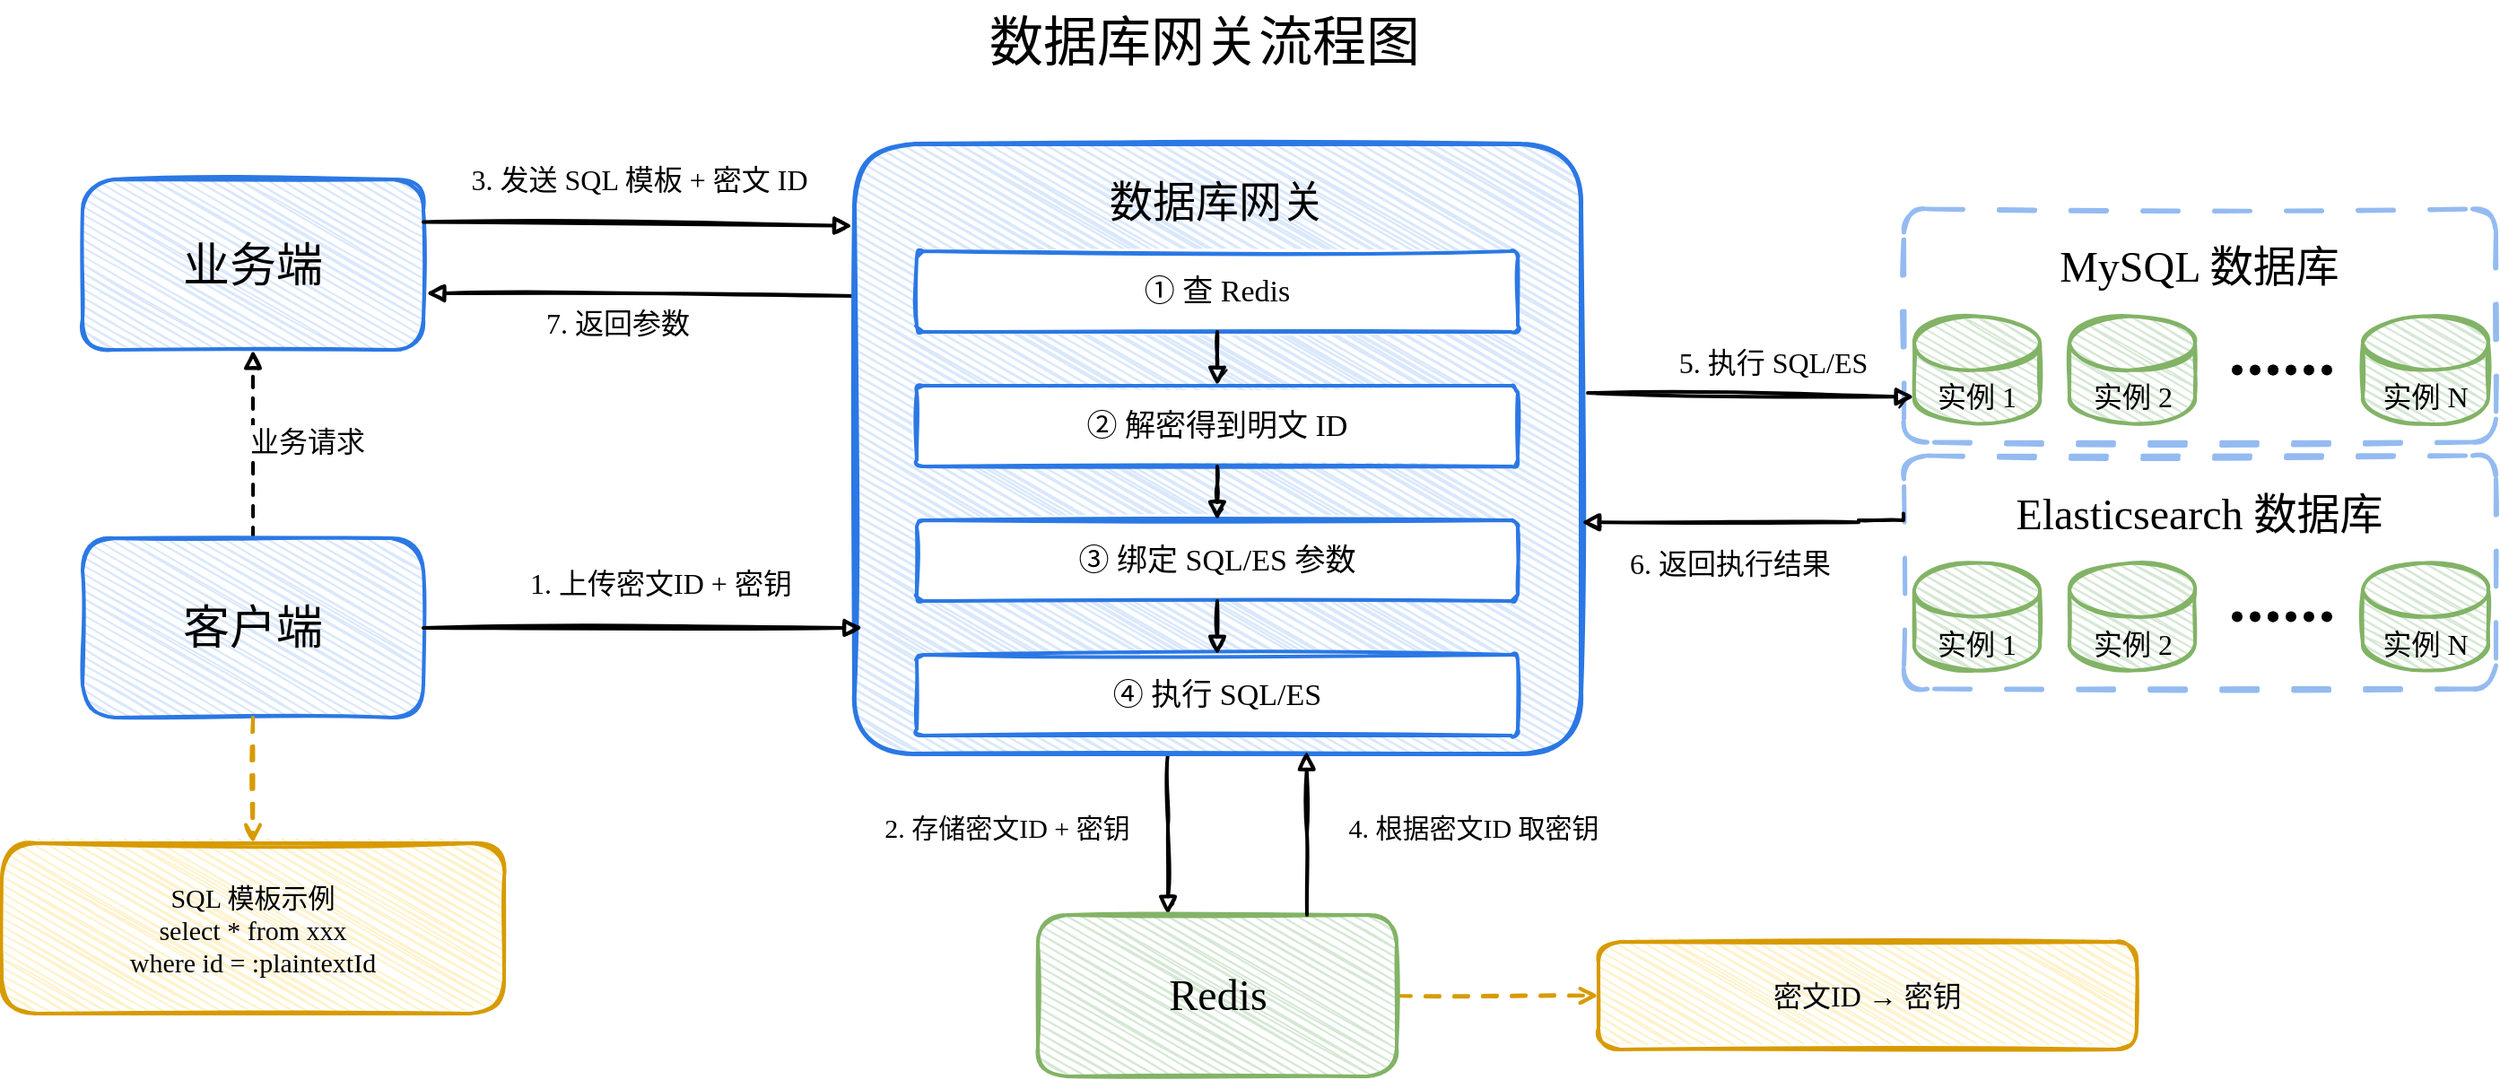
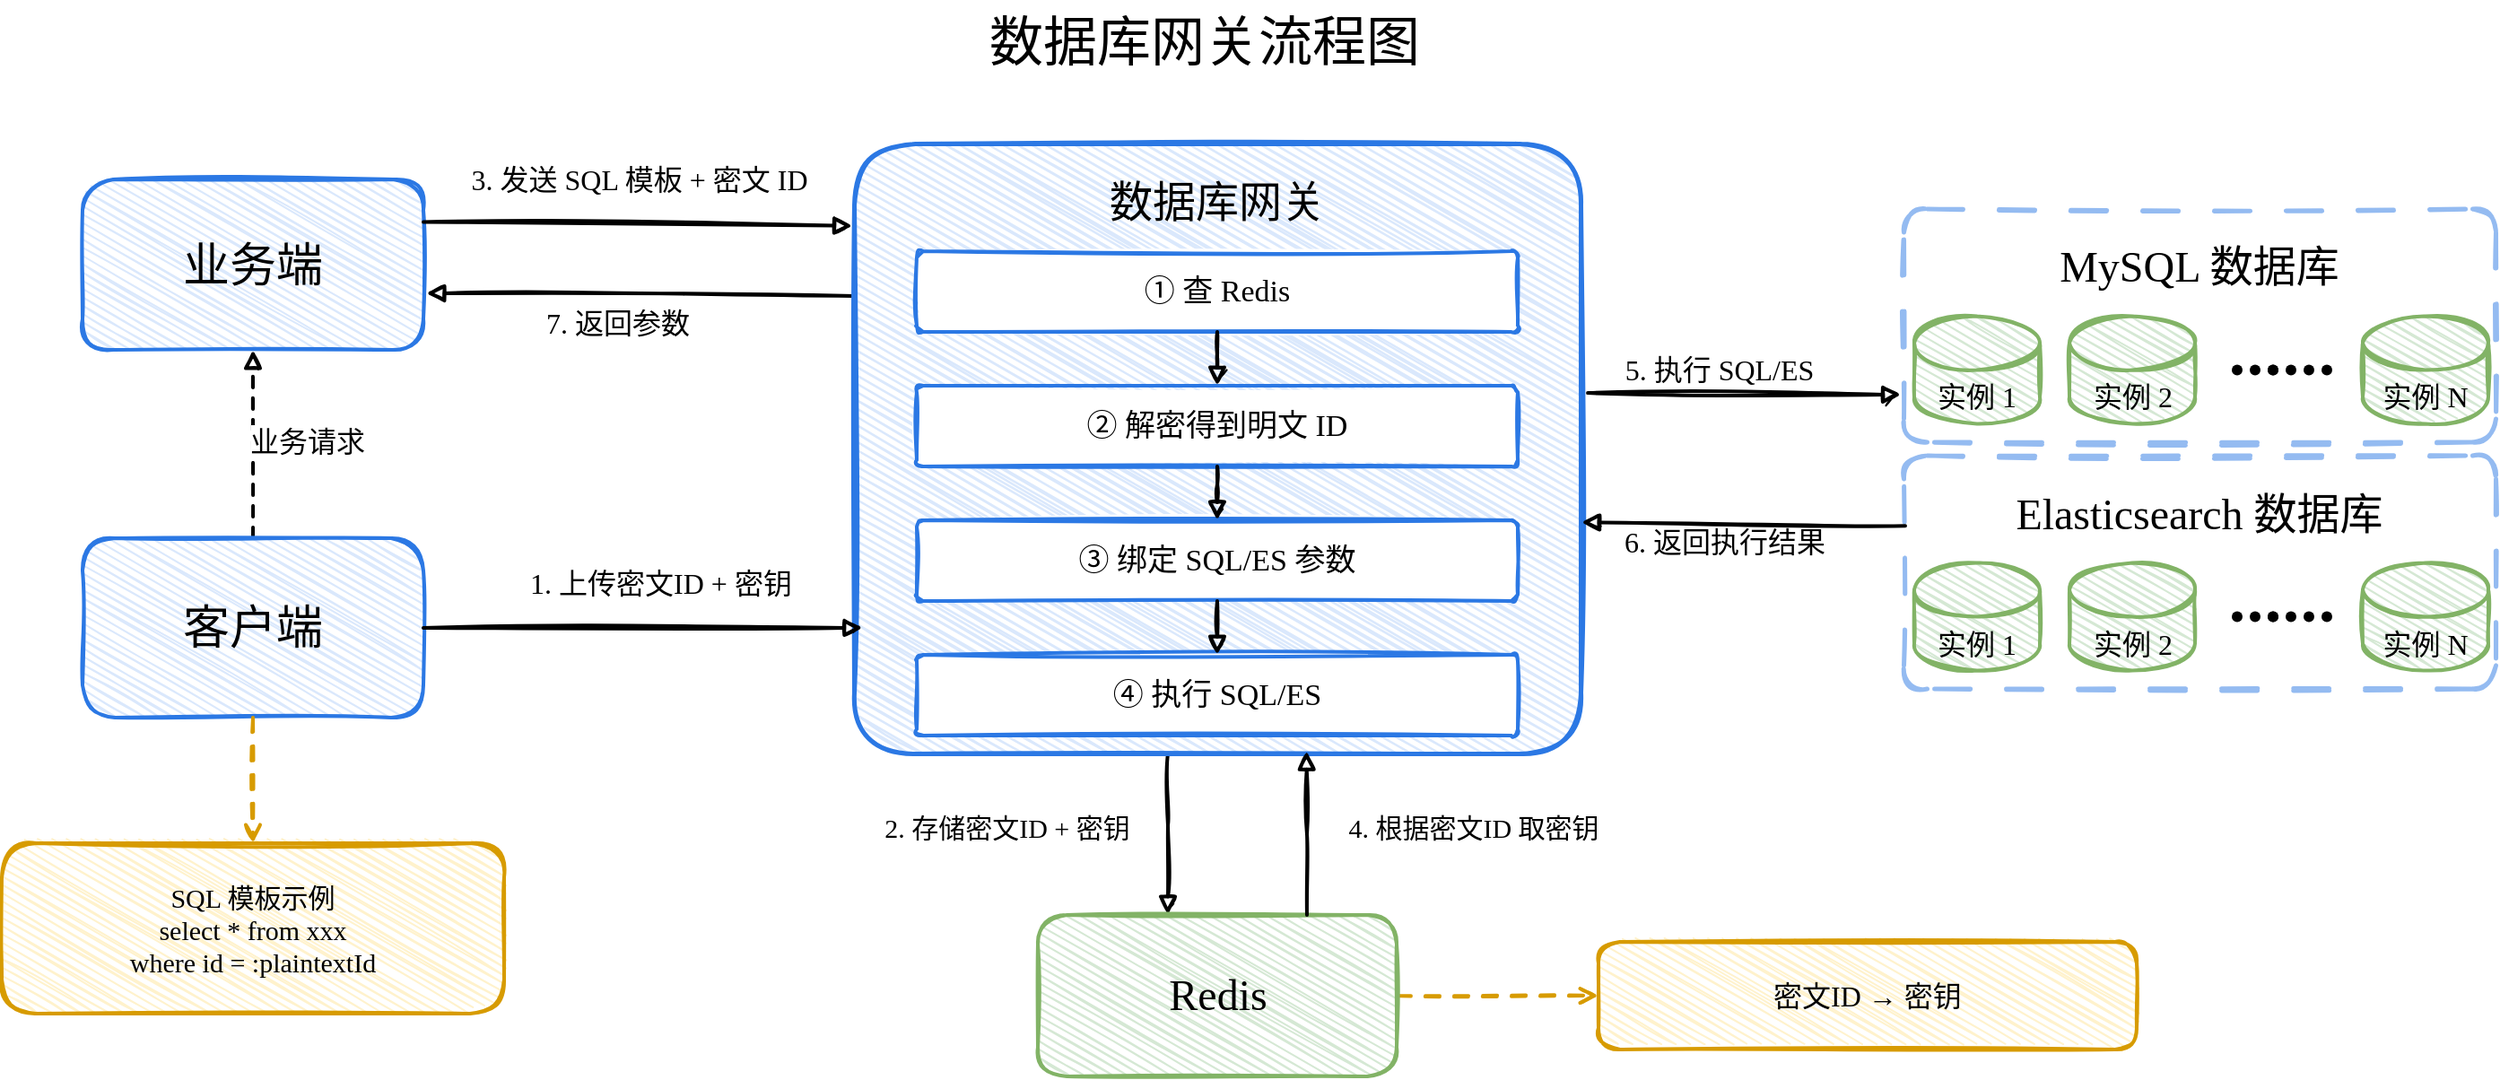
<mxfile host="app.diagrams.net">
  <diagram name="第 1 页" id="s7OTGI_WMHetZ46oxHzV">
-     <mxGraphModel dx="1380" dy="995" grid="1" gridSize="10" guides="1" tooltips="1" connect="1" arrows="1" fold="1" page="1" pageScale="1" pageWidth="827" pageHeight="1169" math="0" shadow="0">
+     <mxGraphModel dx="1993" dy="1438" grid="1" gridSize="10" guides="1" tooltips="1" connect="1" arrows="1" fold="1" page="1" pageScale="1" pageWidth="827" pageHeight="1169" math="0" shadow="0">
      <root>
        <mxCell id="0" />
        <mxCell id="1" parent="0" />
        <mxCell id="vE7s3SZ7r_2w2PPExWCB-43" parent="1" style="rounded=1;whiteSpace=wrap;html=1;sketch=1;hachureGap=4;hachureAngle=60;strokeColor=#2B78E4;strokeWidth=2.5;align=center;verticalAlign=top;spacingTop=12;arcSize=10;fontFamily=Comic Sans MS;fontSize=24;fillColor=#FFFFFF;dashed=1;dashPattern=8 8;opacity=50;" value="MySQL 数据库" vertex="1">
          <mxGeometry height="130" width="330" x="1520" y="656.25" as="geometry" />
        </mxCell>
        <mxCell id="vE7s3SZ7r_2w2PPExWCB-3" parent="1" style="text;html=1;strokeColor=none;fillColor=none;align=center;verticalAlign=middle;fontSize=30;fontFamily=Comic Sans MS;" value="数据库网关流程图" vertex="1">
          <mxGeometry height="45" width="400" x="930" y="540" as="geometry" />
        </mxCell>
        <mxCell id="vE7s3SZ7r_2w2PPExWCB-8" parent="1" style="rounded=1;whiteSpace=wrap;html=1;fillColor=#dae8fc;strokeColor=#2b78e4;strokeWidth=2;arcSize=18;fontSize=26;fontFamily=Comic Sans MS;sketch=1;hachureGap=4;hachureAngle=60;" value="业务端" vertex="1">
          <mxGeometry height="95" width="190" x="505" y="640" as="geometry" />
        </mxCell>
        <mxCell id="vE7s3SZ7r_2w2PPExWCB-31" edge="1" parent="1" source="vE7s3SZ7r_2w2PPExWCB-9" style="edgeStyle=orthogonalEdgeStyle;rounded=0;orthogonalLoop=1;jettySize=auto;html=1;exitX=0.5;exitY=0;exitDx=0;exitDy=0;entryX=0.5;entryY=1;entryDx=0;entryDy=0;sketch=1;strokeColor=#000000;strokeWidth=2;align=center;verticalAlign=middle;fontFamily=Comic Sans MS;fontSize=19;fontColor=default;labelBackgroundColor=none;endArrow=block;endFill=1;dashed=1;" target="vE7s3SZ7r_2w2PPExWCB-8">
          <mxGeometry relative="1" as="geometry" />
        </mxCell>
        <mxCell id="vE7s3SZ7r_2w2PPExWCB-32" connectable="0" parent="vE7s3SZ7r_2w2PPExWCB-31" style="edgeLabel;html=1;align=center;verticalAlign=middle;resizable=0;points=[];" value="&lt;font style=&quot;font-size: 16px;&quot; face=&quot;Comic Sans MS&quot;&gt;业务请求&lt;/font&gt;" vertex="1">
          <mxGeometry relative="1" x="0.0032" y="1" as="geometry">
            <mxPoint x="31" y="-2" as="offset" />
          </mxGeometry>
        </mxCell>
        <mxCell id="vE7s3SZ7r_2w2PPExWCB-9" parent="1" style="rounded=1;whiteSpace=wrap;html=1;fillColor=#dae8fc;strokeColor=#2b78e4;strokeWidth=2;arcSize=18;fontSize=26;fontFamily=Comic Sans MS;sketch=1;hachureGap=4;hachureAngle=60;" value="客户端" vertex="1">
          <mxGeometry height="100" width="190" x="505" y="840" as="geometry" />
        </mxCell>
        <mxCell id="vE7s3SZ7r_2w2PPExWCB-40" edge="1" parent="1" source="vE7s3SZ7r_2w2PPExWCB-12" style="rounded=0;orthogonalLoop=1;jettySize=auto;html=1;exitX=0;exitY=0.25;exitDx=0;exitDy=0;entryX=1.008;entryY=0.668;entryDx=0;entryDy=0;entryPerimeter=0;sketch=1;strokeColor=#000000;strokeWidth=2;align=center;verticalAlign=middle;fontFamily=Comic Sans MS;fontSize=16;fontColor=default;labelBackgroundColor=none;endArrow=block;endFill=1;" target="vE7s3SZ7r_2w2PPExWCB-8">
          <mxGeometry relative="1" as="geometry" />
        </mxCell>
        <mxCell id="vE7s3SZ7r_2w2PPExWCB-41" connectable="0" parent="vE7s3SZ7r_2w2PPExWCB-40" style="edgeLabel;html=1;align=center;verticalAlign=middle;resizable=0;points=[];fontSize=16;fontFamily=Comic Sans MS;labelBackgroundColor=none;" value="7. 返回参数" vertex="1">
          <mxGeometry relative="1" x="0.1105" y="1" as="geometry">
            <mxPoint y="15" as="offset" />
          </mxGeometry>
        </mxCell>
-         <mxCell id="vE7s3SZ7r_2w2PPExWCB-82" edge="1" parent="1" source="vE7s3SZ7r_2w2PPExWCB-12" style="rounded=1;orthogonalLoop=1;jettySize=auto;html=1;entryX=0;entryY=1;entryDx=0;entryDy=-15;exitX=1.01;exitY=0.409;exitDx=0;exitDy=0;exitPerimeter=0;sketch=1;strokeColor=#000000;strokeWidth=2;align=center;verticalAlign=middle;fontFamily=Comic Sans MS;fontSize=16;fontColor=default;labelBackgroundColor=none;endArrow=block;endFill=1;entryPerimeter=0;" target="vE7s3SZ7r_2w2PPExWCB-42">
-           <mxGeometry relative="1" as="geometry" />
+         <mxCell id="vE7s3SZ7r_2w2PPExWCB-82" edge="1" parent="1" source="vE7s3SZ7r_2w2PPExWCB-12" style="rounded=1;orthogonalLoop=1;jettySize=auto;html=1;exitX=1.01;exitY=0.409;exitDx=0;exitDy=0;exitPerimeter=0;sketch=1;strokeColor=#000000;strokeWidth=2;align=center;verticalAlign=middle;fontFamily=Comic Sans MS;fontSize=16;fontColor=default;labelBackgroundColor=none;endArrow=block;endFill=1;entryX=-0.004;entryY=0.798;entryDx=0;entryDy=0;entryPerimeter=0;" target="vE7s3SZ7r_2w2PPExWCB-43">
+           <mxGeometry relative="1" as="geometry">
+             <mxPoint x="1526" y="761" as="targetPoint" />
+           </mxGeometry>
        </mxCell>
        <mxCell id="vE7s3SZ7r_2w2PPExWCB-83" connectable="0" parent="vE7s3SZ7r_2w2PPExWCB-82" style="edgeLabel;html=1;align=center;verticalAlign=middle;resizable=0;points=[];labelBackgroundColor=none;" value="&lt;font style=&quot;font-size: 16px;&quot; face=&quot;Comic Sans MS&quot;&gt;5. 执行 SQL/ES&lt;/font&gt;" vertex="1">
          <mxGeometry relative="1" x="-0.1423" y="1" as="geometry">
-             <mxPoint x="25" y="-17" as="offset" />
+             <mxPoint x="-2" y="-13" as="offset" />
          </mxGeometry>
        </mxCell>
        <mxCell id="vE7s3SZ7r_2w2PPExWCB-86" edge="1" parent="1" source="vE7s3SZ7r_2w2PPExWCB-12" style="edgeStyle=orthogonalEdgeStyle;rounded=0;orthogonalLoop=1;jettySize=auto;html=1;sketch=1;strokeColor=#000000;strokeWidth=2;align=center;verticalAlign=middle;fontFamily=Comic Sans MS;fontSize=15;fontColor=default;labelBackgroundColor=none;endArrow=block;endFill=1;" target="vE7s3SZ7r_2w2PPExWCB-84" value="">
          <mxGeometry relative="1" as="geometry">
            <Array as="points">
              <mxPoint x="1110" y="1000" />
              <mxPoint x="1110" y="1000" />
            </Array>
          </mxGeometry>
        </mxCell>
        <mxCell id="vE7s3SZ7r_2w2PPExWCB-87" connectable="0" parent="vE7s3SZ7r_2w2PPExWCB-86" style="edgeLabel;html=1;align=center;verticalAlign=middle;resizable=0;points=[];labelBackgroundColor=none;" value="&lt;span style=&quot;font-family: &amp;quot;Comic Sans MS&amp;quot;; font-size: 15px;&quot;&gt;2. 存储密文ID + 密钥&lt;/span&gt;" vertex="1">
          <mxGeometry relative="1" x="-0.2148" y="-2" as="geometry">
            <mxPoint x="-88" y="5" as="offset" />
          </mxGeometry>
        </mxCell>
        <mxCell id="vE7s3SZ7r_2w2PPExWCB-12" parent="1" style="rounded=1;whiteSpace=wrap;html=1;fillColor=#dae8fc;strokeColor=#2b78e4;strokeWidth=2.5;arcSize=10;fontSize=24;fontFamily=Comic Sans MS;sketch=1;hachureGap=4;hachureAngle=60;verticalAlign=top;spacingTop=12;" value="数据库网关" vertex="1">
          <mxGeometry height="340" width="405" x="935" y="620" as="geometry" />
        </mxCell>
        <mxCell id="vE7s3SZ7r_2w2PPExWCB-13" parent="1" style="rounded=1;whiteSpace=wrap;html=1;fillColor=#ffffff;strokeColor=#2b78e4;strokeWidth=2;arcSize=8;fontSize=17;fontFamily=Comic Sans MS;sketch=1;" value="① 查 Redis" vertex="1">
          <mxGeometry height="45" width="335" x="970" y="680" as="geometry" />
        </mxCell>
        <mxCell id="vE7s3SZ7r_2w2PPExWCB-14" parent="1" style="rounded=1;whiteSpace=wrap;html=1;fillColor=#ffffff;strokeColor=#2b78e4;strokeWidth=2;arcSize=8;fontSize=17;fontFamily=Comic Sans MS;sketch=1;" value="② 解密得到明文 ID" vertex="1">
          <mxGeometry height="45" width="335" x="970" y="755" as="geometry" />
        </mxCell>
        <mxCell id="vE7s3SZ7r_2w2PPExWCB-15" parent="1" style="rounded=1;whiteSpace=wrap;html=1;fillColor=#ffffff;strokeColor=#2b78e4;strokeWidth=2;arcSize=8;fontSize=17;fontFamily=Comic Sans MS;sketch=1;" value="③ 绑定 SQL/ES 参数" vertex="1">
          <mxGeometry height="45" width="335" x="970" y="830" as="geometry" />
        </mxCell>
        <mxCell id="vE7s3SZ7r_2w2PPExWCB-16" parent="1" style="rounded=1;whiteSpace=wrap;html=1;fillColor=#ffffff;strokeColor=#2b78e4;strokeWidth=2;arcSize=8;fontSize=17;fontFamily=Comic Sans MS;sketch=1;" value="④ 执行 SQL/ES" vertex="1">
          <mxGeometry height="45" width="335" x="970" y="905" as="geometry" />
        </mxCell>
        <mxCell id="vE7s3SZ7r_2w2PPExWCB-17" parent="1" style="rounded=1;whiteSpace=wrap;html=1;fillColor=#fff2cc;strokeColor=#d79b00;strokeWidth=2;arcSize=20;fontSize=16;fontFamily=Comic Sans MS;sketch=1;hachureGap=4;hachureAngle=60;" value="密文ID → 密钥" vertex="1">
          <mxGeometry height="60" width="300" x="1350" y="1065" as="geometry" />
        </mxCell>
        <mxCell id="vE7s3SZ7r_2w2PPExWCB-18" parent="1" style="rounded=1;whiteSpace=wrap;html=1;fillColor=#fff2cc;strokeColor=#d79b00;strokeWidth=2;arcSize=20;fontSize=15;fontFamily=Comic Sans MS;sketch=1;hachureGap=4;hachureAngle=60;" value="SQL 模板示例&lt;br&gt;select * from xxx&lt;br&gt;where id = :plaintextId" vertex="1">
          <mxGeometry height="95" width="280" x="460" y="1010" as="geometry" />
        </mxCell>
        <mxCell id="vE7s3SZ7r_2w2PPExWCB-19" edge="1" parent="1" source="vE7s3SZ7r_2w2PPExWCB-8" style="rounded=0;orthogonalLoop=1;jettySize=auto;html=1;endArrow=block;endFill=1;strokeColor=#000000;strokeWidth=2;fontSize=16;fontFamily=Comic Sans MS;sketch=1;labelBackgroundColor=none;exitX=1;exitY=0.25;exitDx=0;exitDy=0;entryX=-0.002;entryY=0.135;entryDx=0;entryDy=0;entryPerimeter=0;" target="vE7s3SZ7r_2w2PPExWCB-12" value="3. 发送 SQL 模板 + 密文 ID">
          <mxGeometry relative="1" x="0.0014" y="25" as="geometry">
            <mxPoint as="offset" />
          </mxGeometry>
        </mxCell>
        <mxCell id="vE7s3SZ7r_2w2PPExWCB-21" edge="1" parent="1" source="vE7s3SZ7r_2w2PPExWCB-9" style="rounded=0;orthogonalLoop=1;jettySize=auto;html=1;endArrow=block;endFill=1;strokeColor=#000000;strokeWidth=2;fontSize=16;fontFamily=Comic Sans MS;sketch=1;labelBackgroundColor=none;entryX=0.012;entryY=0.794;entryDx=0;entryDy=0;entryPerimeter=0;" target="vE7s3SZ7r_2w2PPExWCB-12" value="1. 上传密文ID + 密钥">
          <mxGeometry relative="1" x="0.0833" y="25" as="geometry">
            <mxPoint as="offset" />
          </mxGeometry>
        </mxCell>
        <mxCell id="vE7s3SZ7r_2w2PPExWCB-26" edge="1" parent="1" source="vE7s3SZ7r_2w2PPExWCB-13" style="edgeStyle=orthogonalEdgeStyle;rounded=0;orthogonalLoop=1;jettySize=auto;html=1;endArrow=block;endFill=1;strokeColor=#000000;strokeWidth=2;fontSize=1;fontFamily=Comic Sans MS;sketch=1;" target="vE7s3SZ7r_2w2PPExWCB-14" value="">
          <mxGeometry relative="1" as="geometry" />
        </mxCell>
        <mxCell id="vE7s3SZ7r_2w2PPExWCB-27" edge="1" parent="1" source="vE7s3SZ7r_2w2PPExWCB-14" style="edgeStyle=orthogonalEdgeStyle;rounded=0;orthogonalLoop=1;jettySize=auto;html=1;endArrow=block;endFill=1;strokeColor=#000000;strokeWidth=2;fontSize=1;fontFamily=Comic Sans MS;sketch=1;" target="vE7s3SZ7r_2w2PPExWCB-15" value="">
          <mxGeometry relative="1" as="geometry" />
        </mxCell>
        <mxCell id="vE7s3SZ7r_2w2PPExWCB-28" edge="1" parent="1" source="vE7s3SZ7r_2w2PPExWCB-15" style="edgeStyle=orthogonalEdgeStyle;rounded=0;orthogonalLoop=1;jettySize=auto;html=1;endArrow=block;endFill=1;strokeColor=#000000;strokeWidth=2;fontSize=1;fontFamily=Comic Sans MS;sketch=1;" target="vE7s3SZ7r_2w2PPExWCB-16" value="">
          <mxGeometry relative="1" as="geometry" />
        </mxCell>
        <mxCell id="vE7s3SZ7r_2w2PPExWCB-29" edge="1" parent="1" source="vE7s3SZ7r_2w2PPExWCB-84" style="edgeStyle=orthogonalEdgeStyle;rounded=0;orthogonalLoop=1;jettySize=auto;html=1;endArrow=open;endFill=1;strokeColor=#d79b00;strokeWidth=2;fontSize=16;fontFamily=Comic Sans MS;sketch=1;dashed=1;dashPattern=4 4;exitX=1;exitY=0.5;exitDx=0;exitDy=0;" target="vE7s3SZ7r_2w2PPExWCB-17" value="">
          <mxGeometry relative="1" as="geometry" />
        </mxCell>
        <mxCell id="vE7s3SZ7r_2w2PPExWCB-30" edge="1" parent="1" source="vE7s3SZ7r_2w2PPExWCB-9" style="edgeStyle=orthogonalEdgeStyle;rounded=0;orthogonalLoop=1;jettySize=auto;html=1;endArrow=open;endFill=1;strokeColor=#d79b00;strokeWidth=2;fontSize=16;fontFamily=Comic Sans MS;sketch=1;dashed=1;dashPattern=4 4;" target="vE7s3SZ7r_2w2PPExWCB-18" value="">
          <mxGeometry relative="1" as="geometry" />
        </mxCell>
        <mxCell id="vE7s3SZ7r_2w2PPExWCB-42" parent="1" style="shape=cylinder3;whiteSpace=wrap;html=1;boundedLbl=1;backgroundOutline=1;size=15;rounded=1;sketch=1;hachureGap=4;hachureAngle=60;strokeColor=#82b366;strokeWidth=2;align=center;verticalAlign=middle;arcSize=18;fontFamily=Comic Sans MS;fontSize=24;fillColor=#d5e8d4;" value="&lt;font style=&quot;font-size: 16px;&quot;&gt;实例 1&lt;/font&gt;" vertex="1">
          <mxGeometry height="60" width="70" x="1526" y="716.25" as="geometry" />
        </mxCell>
        <mxCell id="vE7s3SZ7r_2w2PPExWCB-45" parent="1" style="shape=cylinder3;whiteSpace=wrap;html=1;boundedLbl=1;backgroundOutline=1;size=15;rounded=1;sketch=1;hachureGap=4;hachureAngle=60;strokeColor=#82b366;strokeWidth=2;align=center;verticalAlign=middle;arcSize=18;fontFamily=Comic Sans MS;fontSize=24;fillColor=#d5e8d4;" value="&lt;font style=&quot;font-size: 16px;&quot;&gt;实例 2&lt;/font&gt;&lt;span style=&quot;color: rgba(0, 0, 0, 0); font-family: monospace; font-size: 0px; text-align: start; white-space: nowrap;&quot;&gt;%3CmxGraphModel%3E%3Croot%3E%3CmxCell%20id%3D%220%22%2F%3E%3CmxCell%20id%3D%221%22%20parent%3D%220%22%2F%3E%3CmxCell%20id%3D%222%22%20parent%3D%221%22%20style%3D%22shape%3Dcylinder3%3BwhiteSpace%3Dwrap%3Bhtml%3D1%3BboundedLbl%3D1%3BbackgroundOutline%3D1%3Bsize%3D15%3Brounded%3D1%3Bsketch%3D1%3BhachureGap%3D4%3BhachureAngle%3D60%3BstrokeColor%3D%232b78e4%3BstrokeWidth%3D2%3Balign%3Dcenter%3BverticalAlign%3Dmiddle%3BarcSize%3D18%3BfontFamily%3DComic%20Sans%20MS%3BfontSize%3D24%3BfontColor%3Ddefault%3BfillColor%3D%23dae8fc%3B%22%20value%3D%22%26lt%3Bfont%20style%3D%26quot%3Bfont-size%3A%2016px%3B%26quot%3B%26gt%3B%E5%AE%9E%E4%BE%8B%201%26lt%3B%2Ffont%26gt%3B%22%20vertex%3D%221%22%3E%3CmxGeometry%20height%3D%2260%22%20width%3D%2270%22%20x%3D%221660%22%20y%3D%221060%22%20as%3D%22geometry%22%2F%3E%3C%2FmxCell%3E%3C%2Froot%3E%3C%2FmxGraphModel%3E&lt;/span&gt;" vertex="1">
          <mxGeometry height="60" width="70" x="1612.5" y="716.25" as="geometry" />
        </mxCell>
        <mxCell id="vE7s3SZ7r_2w2PPExWCB-46" parent="1" style="shape=cylinder3;whiteSpace=wrap;html=1;boundedLbl=1;backgroundOutline=1;size=15;rounded=1;sketch=1;hachureGap=4;hachureAngle=60;strokeColor=#82b366;strokeWidth=2;align=center;verticalAlign=middle;arcSize=18;fontFamily=Comic Sans MS;fontSize=24;fillColor=#d5e8d4;" value="&lt;font style=&quot;font-size: 16px;&quot;&gt;实例 N&lt;/font&gt;" vertex="1">
          <mxGeometry height="60" width="70" x="1776" y="716.25" as="geometry" />
        </mxCell>
        <mxCell id="vE7s3SZ7r_2w2PPExWCB-47" parent="1" style="shape=waypoint;sketch=0;fillStyle=solid;size=6;pointerEvents=1;points=[];fillColor=none;resizable=0;rotatable=0;perimeter=centerPerimeter;snapToPoint=1;" value="" vertex="1">
          <mxGeometry height="20" width="20" x="1696" y="736.25" as="geometry" />
        </mxCell>
        <mxCell id="vE7s3SZ7r_2w2PPExWCB-48" parent="1" style="shape=waypoint;sketch=0;fillStyle=solid;size=6;pointerEvents=1;points=[];fillColor=none;resizable=0;rotatable=0;perimeter=centerPerimeter;snapToPoint=1;" value="" vertex="1">
          <mxGeometry height="20" width="20" x="1706" y="736.25" as="geometry" />
        </mxCell>
        <mxCell id="vE7s3SZ7r_2w2PPExWCB-49" parent="1" style="shape=waypoint;sketch=0;fillStyle=solid;size=6;pointerEvents=1;points=[];fillColor=none;resizable=0;rotatable=0;perimeter=centerPerimeter;snapToPoint=1;" value="" vertex="1">
          <mxGeometry height="20" width="20" x="1716" y="736.25" as="geometry" />
        </mxCell>
        <mxCell id="vE7s3SZ7r_2w2PPExWCB-54" parent="1" style="shape=waypoint;sketch=0;fillStyle=solid;size=6;pointerEvents=1;points=[];fillColor=none;resizable=0;rotatable=0;perimeter=centerPerimeter;snapToPoint=1;" value="" vertex="1">
          <mxGeometry height="20" width="20" x="1716" y="736.25" as="geometry" />
        </mxCell>
        <mxCell id="vE7s3SZ7r_2w2PPExWCB-55" parent="1" style="shape=waypoint;sketch=0;fillStyle=solid;size=6;pointerEvents=1;points=[];fillColor=none;resizable=0;rotatable=0;perimeter=centerPerimeter;snapToPoint=1;" value="" vertex="1">
          <mxGeometry height="20" width="20" x="1726" y="736.25" as="geometry" />
        </mxCell>
        <mxCell id="vE7s3SZ7r_2w2PPExWCB-56" parent="1" style="shape=waypoint;sketch=0;fillStyle=solid;size=6;pointerEvents=1;points=[];fillColor=none;resizable=0;rotatable=0;perimeter=centerPerimeter;snapToPoint=1;" value="" vertex="1">
          <mxGeometry height="20" width="20" x="1736" y="736.25" as="geometry" />
        </mxCell>
        <mxCell id="vE7s3SZ7r_2w2PPExWCB-57" parent="1" style="shape=waypoint;sketch=0;fillStyle=solid;size=6;pointerEvents=1;points=[];fillColor=none;resizable=0;rotatable=0;perimeter=centerPerimeter;snapToPoint=1;" value="" vertex="1">
          <mxGeometry height="20" width="20" x="1746" y="736.25" as="geometry" />
        </mxCell>
        <mxCell id="vE7s3SZ7r_2w2PPExWCB-67" parent="1" style="rounded=1;whiteSpace=wrap;html=1;sketch=1;hachureGap=4;hachureAngle=60;strokeWidth=2.5;align=center;verticalAlign=top;spacingTop=12;arcSize=10;fontFamily=Comic Sans MS;fontSize=24;dashed=1;dashPattern=8 8;fillColor=#FFFFFF;strokeColor=#2B78E4;opacity=50;" value="Elasticsearch 数据库" vertex="1">
          <mxGeometry height="130" width="330" x="1520" y="793.75" as="geometry" />
        </mxCell>
        <mxCell id="vE7s3SZ7r_2w2PPExWCB-68" parent="1" style="shape=cylinder3;whiteSpace=wrap;html=1;boundedLbl=1;backgroundOutline=1;size=15;rounded=1;sketch=1;hachureGap=4;hachureAngle=60;strokeColor=#82b366;strokeWidth=2;align=center;verticalAlign=middle;arcSize=18;fontFamily=Comic Sans MS;fontSize=24;fillColor=#d5e8d4;" value="&lt;font style=&quot;font-size: 16px;&quot;&gt;实例 1&lt;/font&gt;" vertex="1">
          <mxGeometry height="60" width="70" x="1526" y="853.75" as="geometry" />
        </mxCell>
        <mxCell id="vE7s3SZ7r_2w2PPExWCB-69" parent="1" style="shape=cylinder3;whiteSpace=wrap;html=1;boundedLbl=1;backgroundOutline=1;size=15;rounded=1;sketch=1;hachureGap=4;hachureAngle=60;strokeColor=#82b366;strokeWidth=2;align=center;verticalAlign=middle;arcSize=18;fontFamily=Comic Sans MS;fontSize=24;fillColor=#d5e8d4;" value="&lt;font style=&quot;font-size: 16px;&quot;&gt;实例 2&lt;/font&gt;&lt;span style=&quot;color: rgba(0, 0, 0, 0); font-family: monospace; font-size: 0px; text-align: start; white-space: nowrap;&quot;&gt;%3CmxGraphModel%3E%3Croot%3E%3CmxCell%20id%3D%220%22%2F%3E%3CmxCell%20id%3D%221%22%20parent%3D%220%22%2F%3E%3CmxCell%20id%3D%222%22%20parent%3D%221%22%20style%3D%22shape%3Dcylinder3%3BwhiteSpace%3Dwrap%3Bhtml%3D1%3BboundedLbl%3D1%3BbackgroundOutline%3D1%3Bsize%3D15%3Brounded%3D1%3Bsketch%3D1%3BhachureGap%3D4%3BhachureAngle%3D60%3BstrokeColor%3D%232b78e4%3BstrokeWidth%3D2%3Balign%3Dcenter%3BverticalAlign%3Dmiddle%3BarcSize%3D18%3BfontFamily%3DComic%20Sans%20MS%3BfontSize%3D24%3BfontColor%3Ddefault%3BfillColor%3D%23dae8fc%3B%22%20value%3D%22%26lt%3Bfont%20style%3D%26quot%3Bfont-size%3A%2016px%3B%26quot%3B%26gt%3B%E5%AE%9E%E4%BE%8B%201%26lt%3B%2Ffont%26gt%3B%22%20vertex%3D%221%22%3E%3CmxGeometry%20height%3D%2260%22%20width%3D%2270%22%20x%3D%221660%22%20y%3D%221060%22%20as%3D%22geometry%22%2F%3E%3C%2FmxCell%3E%3C%2Froot%3E%3C%2FmxGraphModel%3E&lt;/span&gt;" vertex="1">
          <mxGeometry height="60" width="70" x="1612.5" y="853.75" as="geometry" />
        </mxCell>
        <mxCell id="vE7s3SZ7r_2w2PPExWCB-70" parent="1" style="shape=cylinder3;whiteSpace=wrap;html=1;boundedLbl=1;backgroundOutline=1;size=15;rounded=1;sketch=1;hachureGap=4;hachureAngle=60;strokeColor=#82b366;strokeWidth=2;align=center;verticalAlign=middle;arcSize=18;fontFamily=Comic Sans MS;fontSize=24;fillColor=#d5e8d4;" value="&lt;font style=&quot;font-size: 16px;&quot;&gt;实例 N&lt;/font&gt;" vertex="1">
          <mxGeometry height="60" width="70" x="1776" y="853.75" as="geometry" />
        </mxCell>
        <mxCell id="vE7s3SZ7r_2w2PPExWCB-71" parent="1" style="shape=waypoint;sketch=0;fillStyle=solid;size=6;pointerEvents=1;points=[];fillColor=none;resizable=0;rotatable=0;perimeter=centerPerimeter;snapToPoint=1;" value="" vertex="1">
          <mxGeometry height="20" width="20" x="1696" y="873.75" as="geometry" />
        </mxCell>
        <mxCell id="vE7s3SZ7r_2w2PPExWCB-72" parent="1" style="shape=waypoint;sketch=0;fillStyle=solid;size=6;pointerEvents=1;points=[];fillColor=none;resizable=0;rotatable=0;perimeter=centerPerimeter;snapToPoint=1;" value="" vertex="1">
          <mxGeometry height="20" width="20" x="1706" y="873.75" as="geometry" />
        </mxCell>
        <mxCell id="vE7s3SZ7r_2w2PPExWCB-73" parent="1" style="shape=waypoint;sketch=0;fillStyle=solid;size=6;pointerEvents=1;points=[];fillColor=none;resizable=0;rotatable=0;perimeter=centerPerimeter;snapToPoint=1;" value="" vertex="1">
          <mxGeometry height="20" width="20" x="1716" y="873.75" as="geometry" />
        </mxCell>
        <mxCell id="vE7s3SZ7r_2w2PPExWCB-74" parent="1" style="shape=waypoint;sketch=0;fillStyle=solid;size=6;pointerEvents=1;points=[];fillColor=none;resizable=0;rotatable=0;perimeter=centerPerimeter;snapToPoint=1;" value="" vertex="1">
          <mxGeometry height="20" width="20" x="1716" y="873.75" as="geometry" />
        </mxCell>
        <mxCell id="vE7s3SZ7r_2w2PPExWCB-75" parent="1" style="shape=waypoint;sketch=0;fillStyle=solid;size=6;pointerEvents=1;points=[];fillColor=none;resizable=0;rotatable=0;perimeter=centerPerimeter;snapToPoint=1;" value="" vertex="1">
          <mxGeometry height="20" width="20" x="1726" y="873.75" as="geometry" />
        </mxCell>
        <mxCell id="vE7s3SZ7r_2w2PPExWCB-76" parent="1" style="shape=waypoint;sketch=0;fillStyle=solid;size=6;pointerEvents=1;points=[];fillColor=none;resizable=0;rotatable=0;perimeter=centerPerimeter;snapToPoint=1;" value="" vertex="1">
          <mxGeometry height="20" width="20" x="1736" y="873.75" as="geometry" />
        </mxCell>
        <mxCell id="vE7s3SZ7r_2w2PPExWCB-77" parent="1" style="shape=waypoint;sketch=0;fillStyle=solid;size=6;pointerEvents=1;points=[];fillColor=none;resizable=0;rotatable=0;perimeter=centerPerimeter;snapToPoint=1;" value="" vertex="1">
          <mxGeometry height="20" width="20" x="1746" y="873.75" as="geometry" />
        </mxCell>
-         <mxCell id="vE7s3SZ7r_2w2PPExWCB-80" edge="1" parent="1" source="vE7s3SZ7r_2w2PPExWCB-67" style="edgeStyle=orthogonalEdgeStyle;rounded=0;orthogonalLoop=1;jettySize=auto;html=1;exitX=0;exitY=0.25;exitDx=0;exitDy=0;entryX=1.001;entryY=0.621;entryDx=0;entryDy=0;entryPerimeter=0;sketch=1;strokeColor=#000000;strokeWidth=2;align=center;verticalAlign=middle;fontFamily=Comic Sans MS;fontSize=16;fontColor=default;labelBackgroundColor=none;endArrow=block;endFill=1;" target="vE7s3SZ7r_2w2PPExWCB-12">
-           <mxGeometry relative="1" as="geometry">
-             <Array as="points">
-               <mxPoint x="1495" y="830" />
-             </Array>
-           </mxGeometry>
+         <mxCell id="vE7s3SZ7r_2w2PPExWCB-80" edge="1" parent="1" source="vE7s3SZ7r_2w2PPExWCB-67" style="rounded=0;orthogonalLoop=1;jettySize=auto;html=1;exitX=0.003;exitY=0.303;exitDx=0;exitDy=0;entryX=1.001;entryY=0.621;entryDx=0;entryDy=0;entryPerimeter=0;sketch=1;strokeColor=#000000;strokeWidth=2;align=center;verticalAlign=middle;fontFamily=Comic Sans MS;fontSize=16;fontColor=default;labelBackgroundColor=none;endArrow=block;endFill=1;exitPerimeter=0;" target="vE7s3SZ7r_2w2PPExWCB-12">
+           <mxGeometry relative="1" as="geometry" />
        </mxCell>
        <mxCell id="vE7s3SZ7r_2w2PPExWCB-81" connectable="0" parent="vE7s3SZ7r_2w2PPExWCB-80" style="edgeLabel;html=1;align=center;verticalAlign=middle;resizable=0;points=[];labelBackgroundColor=none;" value="&lt;font face=&quot;Comic Sans MS&quot; style=&quot;font-size: 16px;&quot;&gt;6. 返回执行结果&lt;/font&gt;" vertex="1">
          <mxGeometry relative="1" x="-0.2373" y="3" as="geometry">
-             <mxPoint x="-32" y="20" as="offset" />
+             <mxPoint x="-32" y="6" as="offset" />
          </mxGeometry>
        </mxCell>
        <mxCell id="vE7s3SZ7r_2w2PPExWCB-84" parent="1" style="rounded=1;whiteSpace=wrap;html=1;fillColor=#d5e8d4;strokeColor=#82b366;strokeWidth=2;arcSize=18;fontSize=24;fontFamily=Comic Sans MS;sketch=1;hachureGap=4;hachureAngle=60;" value="Redis" vertex="1">
          <mxGeometry height="90" width="200" x="1037.5" y="1050" as="geometry" />
        </mxCell>
        <mxCell id="vE7s3SZ7r_2w2PPExWCB-88" edge="1" parent="1" source="vE7s3SZ7r_2w2PPExWCB-84" style="edgeStyle=orthogonalEdgeStyle;rounded=0;orthogonalLoop=1;jettySize=auto;html=1;exitX=0.75;exitY=0;exitDx=0;exitDy=0;entryX=0.623;entryY=0.996;entryDx=0;entryDy=0;entryPerimeter=0;sketch=1;strokeColor=#000000;strokeWidth=2;align=center;verticalAlign=middle;fontFamily=Comic Sans MS;fontSize=15;fontColor=default;labelBackgroundColor=none;endArrow=block;endFill=1;" target="vE7s3SZ7r_2w2PPExWCB-12">
          <mxGeometry relative="1" as="geometry" />
        </mxCell>
        <mxCell id="vE7s3SZ7r_2w2PPExWCB-90" connectable="0" parent="vE7s3SZ7r_2w2PPExWCB-88" style="edgeLabel;html=1;align=center;verticalAlign=middle;resizable=0;points=[];labelBackgroundColor=none;" value="&lt;span style=&quot;font-family: &amp;quot;Comic Sans MS&amp;quot;; font-size: 15px;&quot;&gt;4. 根据密文ID 取密钥&lt;/span&gt;" vertex="1">
          <mxGeometry relative="1" x="-0.3517" y="-1" as="geometry">
            <mxPoint x="91" y="-20" as="offset" />
          </mxGeometry>
        </mxCell>
      </root>
    </mxGraphModel>
  </diagram>
</mxfile>
